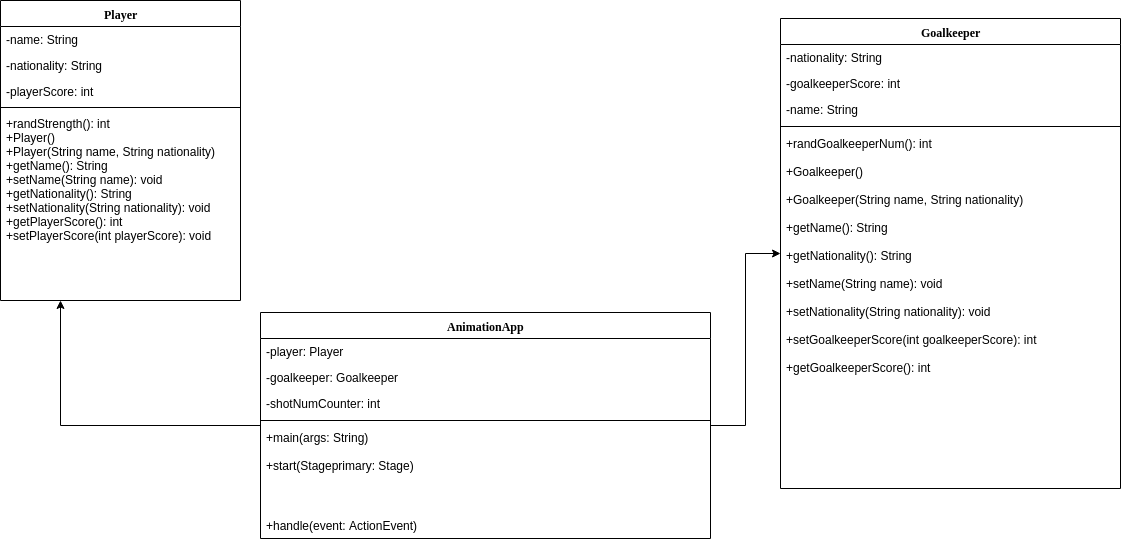
This is Demo2_Official_CD.png from MillionLinesOfCode/javapenalty, a draw.io export, as it was before one commit. Source tidied: cells renumbered, new cells last; positions are measured from the earlier drawing's top-left corner, leaving out a move shared by most shapes.
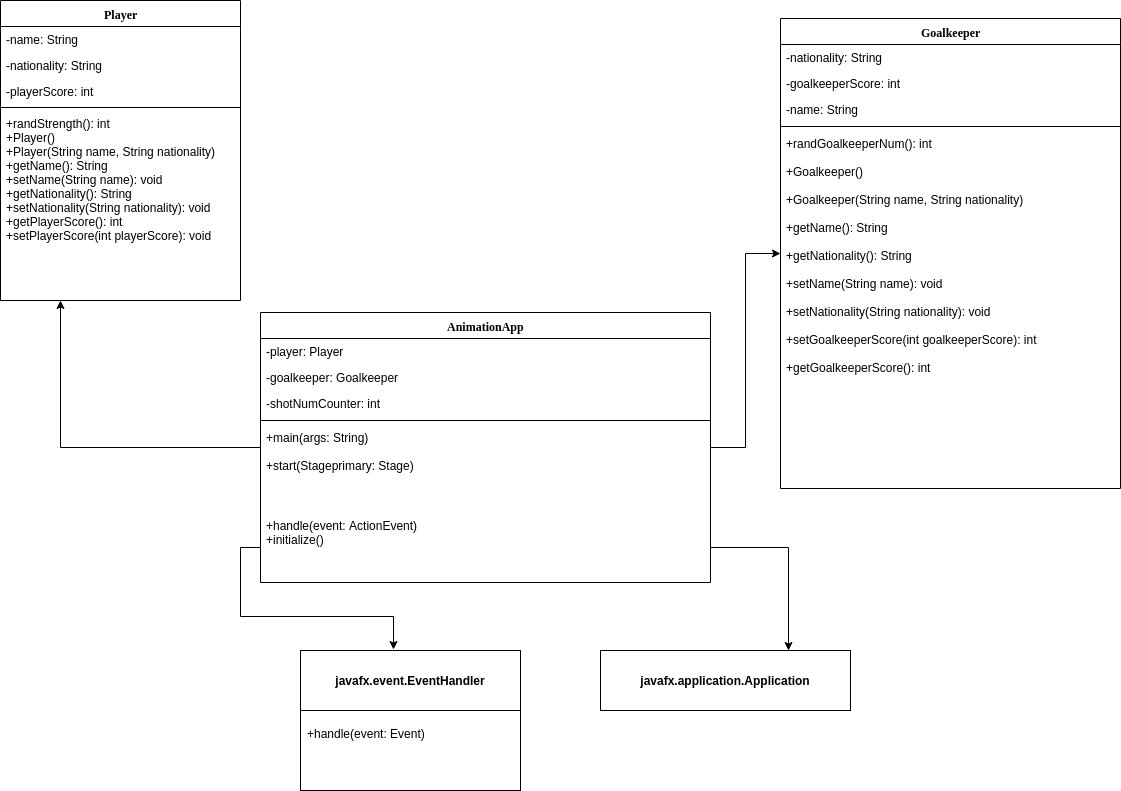
After the commit.

What changed in the source:
```diff
@@ -45,7 +45,7 @@
       <mxGeometry relative="1" as="geometry" />
     </mxCell>
     <mxCell id="16" value="AnimationApp" style="swimlane;html=1;fontStyle=1;align=center;verticalAlign=top;horizontal=1;startSize=26;swimlaneFillColor=#ffffff;rounded=0;shadow=0;comic=0;labelBackgroundColor=none;strokeColor=#000000;strokeWidth=1;fillColor=none;fontFamily=Verdana;fontSize=12;fontColor=#000000;" parent="1" vertex="1">
-      <mxGeometry x="260" y="312" width="450" height="226" as="geometry" />
+      <mxGeometry x="260" y="312" width="450" height="270" as="geometry" />
     </mxCell>
     <mxCell id="17" value="-player: Player" style="text;html=1;strokeColor=none;fillColor=none;align=left;verticalAlign=top;spacingLeft=4;spacingRight=4;whiteSpace=wrap;overflow=hidden;" parent="16" vertex="1">
       <mxGeometry y="26" width="450" height="26" as="geometry" />
@@ -62,8 +62,26 @@
     <mxCell id="21" value="+main(args: String)&lt;br&gt;&lt;br&gt;&lt;span&gt;+start&lt;/span&gt;&lt;span&gt;(&lt;/span&gt;&lt;span&gt;Stage&lt;/span&gt;&lt;span&gt;primary: Stage&lt;/span&gt;&lt;span&gt;)&lt;/span&gt;&lt;br&gt;" style="text;html=1;strokeColor=none;fillColor=none;align=left;verticalAlign=top;spacingLeft=4;spacingRight=4;whiteSpace=wrap;overflow=hidden;rotation=0;" parent="16" vertex="1">
       <mxGeometry y="112" width="450" height="88" as="geometry" />
     </mxCell>
-    <mxCell id="22" value="+&lt;span&gt;handle&lt;/span&gt;&lt;span&gt;(&lt;/span&gt;&lt;span&gt;event: ActionEvent)&lt;/span&gt;" style="text;html=1;strokeColor=none;fillColor=none;align=left;verticalAlign=top;spacingLeft=4;spacingRight=4;whiteSpace=wrap;overflow=hidden;points=[[0,0.5],[1,0.5]];portConstraint=eastwest;rotation=0;" parent="16" vertex="1">
-      <mxGeometry y="200" width="450" height="26" as="geometry" />
+    <mxCell id="22" value="+&lt;span&gt;handle&lt;/span&gt;&lt;span&gt;(&lt;/span&gt;&lt;span&gt;event: ActionEvent)&lt;br&gt;+initialize()&lt;br&gt;&lt;br&gt;&lt;/span&gt;" style="text;html=1;strokeColor=none;fillColor=none;align=left;verticalAlign=top;spacingLeft=4;spacingRight=4;whiteSpace=wrap;overflow=hidden;points=[[0,0.5],[1,0.5]];portConstraint=eastwest;rotation=0;" parent="16" vertex="1">
+      <mxGeometry y="200" width="450" height="70" as="geometry" />
     </mxCell>
+    <mxCell id="23" style="rounded=0;whiteSpace=wrap;html=1;" parent="1" vertex="1">
+      <mxGeometry x="300" y="650" width="220" height="140" as="geometry" />
+    </mxCell>
+    <mxCell id="24" value="&lt;b&gt;javafx.event.EventHandler&lt;/b&gt;" style="rounded=0;whiteSpace=wrap;html=1;" parent="1" vertex="1">
+      <mxGeometry x="300" y="650" width="220" height="60" as="geometry" />
+    </mxCell>
+    <mxCell id="25" value="+handle(event: Event)" style="text;html=1;strokeColor=none;fillColor=none;align=left;verticalAlign=top;spacingLeft=4;spacingRight=4;whiteSpace=wrap;overflow=hidden;" parent="1" vertex="1">
+      <mxGeometry x="301" y="720" width="240" height="26" as="geometry" />
+    </mxCell>
+    <mxCell id="26" value="&lt;b&gt;javafx.application.Application&lt;/b&gt;" style="rounded=0;whiteSpace=wrap;html=1;" parent="1" vertex="1">
+      <mxGeometry x="600" y="650" width="250" height="60" as="geometry" />
+    </mxCell>
+    <mxCell id="27" style="edgeStyle=orthogonalEdgeStyle;rounded=0;jettySize=auto;html=1;entryX=0.75;entryY=0;entryDx=0;entryDy=0;" parent="1" edge="1" source="22" target="26">
+      <mxGeometry relative="1" as="geometry" />
+    </mxCell>
+    <mxCell id="28" style="edgeStyle=orthogonalEdgeStyle;rounded=0;jettySize=auto;html=1;entryX=0.423;entryY=-0.017;entryDx=0;entryDy=0;entryPerimeter=0;" parent="1" edge="1" source="22" target="24">
+      <mxGeometry relative="1" as="geometry" />
+    </mxCell>
   </root>
 </mxGraphModel>
```
